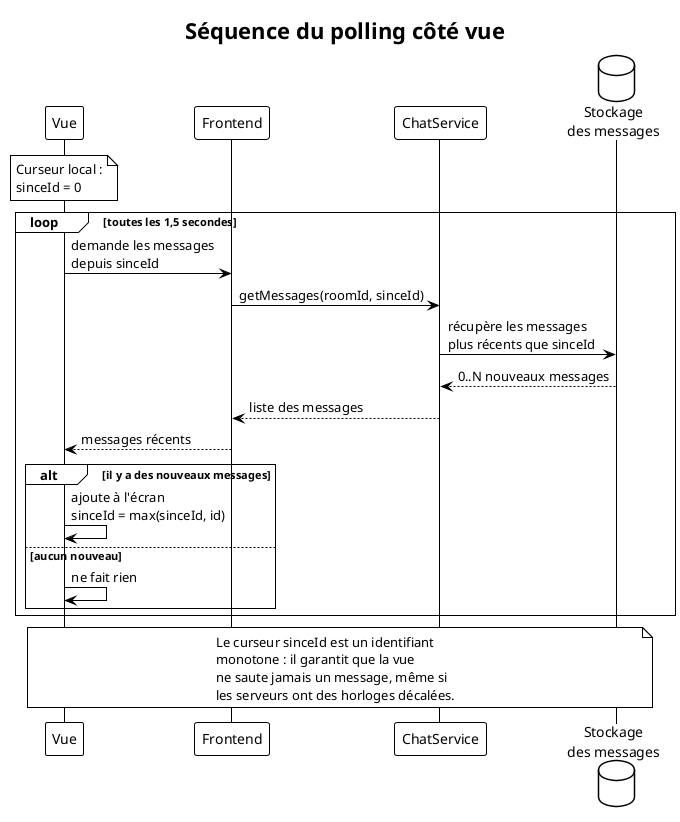
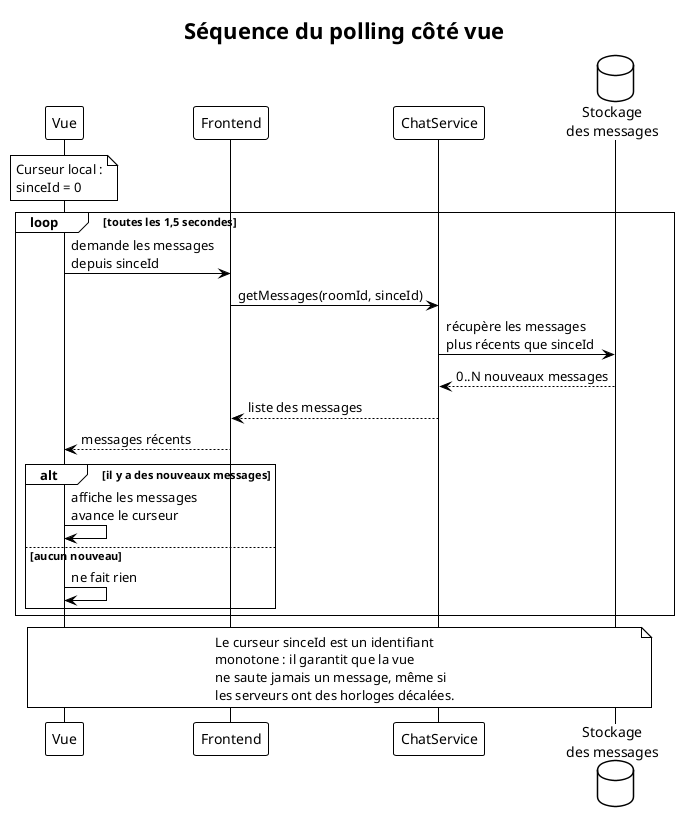
@startuml sequence-polling-simple
!theme plain
skinparam backgroundColor #FFFFFF
skinparam defaultFontName "Helvetica"

title Séquence du polling côté vue

participant "Vue" as nav
participant "Frontend" as front
participant "ChatService" as chat
database "Stockage\ndes messages" as db

note over nav
  Curseur local :
  sinceId = 0
end note

loop toutes les 1,5 secondes
  nav -> front : demande les messages\ndepuis sinceId
  front -> chat : getMessages(roomId, sinceId)
  chat -> db : récupère les messages\nplus récents que sinceId
  db --> chat : 0..N nouveaux messages
  chat --> front : liste des messages
  front --> nav : messages récents

  alt il y a des nouveaux messages
-     nav -> nav : ajoute à l'écran\nsinceId = max(sinceId, id)
+     nav -> nav : affiche les messages\navance le curseur
  else aucun nouveau
    nav -> nav : ne fait rien
  end
end

note over nav, db
  Le curseur sinceId est un identifiant
  monotone : il garantit que la vue
  ne saute jamais un message, même si
  les serveurs ont des horloges décalées.
end note

@enduml
